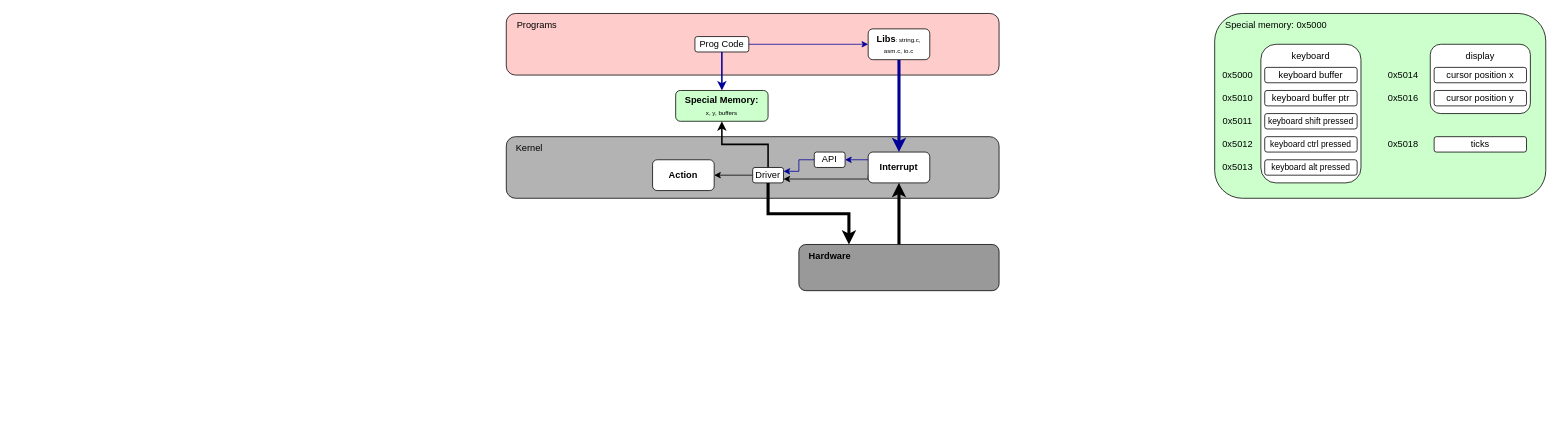
The draw.io diagram docs/os_schema.drawio in igmunv/Operation-System, before the edit. Source tidied: cells renumbered, new cells numbered last; positions are measured from the earlier drawing's top-left corner, leaving out a move shared by most shapes. Both pictures are drawn from the tidied source at 77%, with x=0, y=0 at pixel (506, 13).
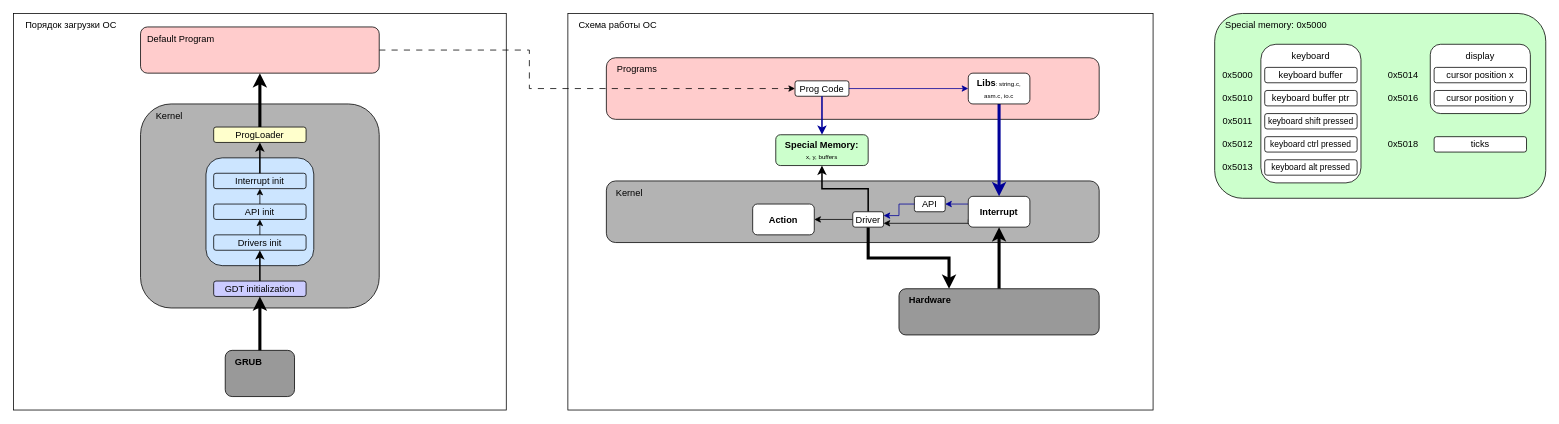
The same diagram, later.

The change refers to these unchanged cells:
```xml
<mxCell id="5" value="Prog Code" style="rounded=1;whiteSpace=wrap;html=1;align=center;fontStyle=0;" parent="2" vertex="1">
  <mxGeometry x="245" y="30" width="70" height="20" as="geometry" />
</mxCell>
```

Change to the diagram source:
```diff
@@
+    <mxCell id="51" style="rounded=0;whiteSpace=wrap;html=1;" parent="1" vertex="1">
+      <mxGeometry x="80" width="760" height="515" as="geometry" />
+    </mxCell>
+    <mxCell id="52" style="rounded=0;whiteSpace=wrap;html=1;" parent="1" vertex="1">
+      <mxGeometry x="-640" width="640" height="515" as="geometry" />
+    </mxCell>
     <mxCell id="2" style="group;" parent="1" vertex="1">
-      <mxGeometry width="640" height="80" as="geometry" />
+      <mxGeometry x="130" y="57.5" width="640" height="80" as="geometry" />
     </mxCell>
@@
     <mxCell id="6" style="group;" parent="1" vertex="1">
-      <mxGeometry y="160" width="640" height="80" as="geometry" />
+      <mxGeometry x="130" y="217.5" width="640" height="80" as="geometry" />
     </mxCell>
@@
     <mxCell id="11" style="edgeStyle=orthogonalEdgeStyle;rounded=0;jettySize=auto;html=1;exitX=0;exitY=0.75;exitDx=0;exitDy=0;entryX=1;entryY=0.75;entryDx=0;entryDy=0;" parent="1" edge="1" source="12" target="16">
       <mxGeometry relative="1" as="geometry">
         <Array as="points">
-          <mxPoint x="470" y="215" />
+          <mxPoint x="600" y="272.5" />
         </Array>
       </mxGeometry>
     </mxCell>
     <mxCell id="12" value="Interrupt" style="rounded=1;whiteSpace=wrap;html=1;fontStyle=1;" parent="1" vertex="1">
-      <mxGeometry x="470" y="180" width="80" height="40" as="geometry" />
+      <mxGeometry x="600" y="237.5" width="80" height="40" as="geometry" />
     </mxCell>
@@
     <mxCell id="16" value="Driver" style="rounded=1;whiteSpace=wrap;html=1;" parent="1" vertex="1">
-      <mxGeometry x="320" y="200" width="40" height="20" as="geometry" />
+      <mxGeometry x="450" y="257.5" width="40" height="20" as="geometry" />
     </mxCell>
     <mxCell id="17" value="Action" style="rounded=1;whiteSpace=wrap;html=1;fontStyle=1;" parent="1" vertex="1">
-      <mxGeometry x="190" y="190" width="80" height="40" as="geometry" />
+      <mxGeometry x="320" y="247.5" width="80" height="40" as="geometry" />
     </mxCell>
@@
     <mxCell id="19" value="&lt;font&gt;&lt;b&gt;Libs&lt;/b&gt;&lt;/font&gt;&lt;font style=&quot;font-size: 8px;&quot;&gt;: string.c, asm.c, io.c&lt;/font&gt;" style="rounded=1;whiteSpace=wrap;html=1;align=center;fontStyle=0;" parent="1" vertex="1">
-      <mxGeometry x="470" y="20" width="80" height="40" as="geometry" />
+      <mxGeometry x="600" y="77.5" width="80" height="40" as="geometry" />
     </mxCell>
@@
     <mxCell id="22" value="Special Memory: &lt;br&gt;&lt;font style=&quot;font-size: 8px; font-weight: normal;&quot;&gt;x, y, buffers&lt;/font&gt;" style="rounded=1;whiteSpace=wrap;html=1;fontStyle=1;align=center;fillColor=#CCFFCC;" parent="1" vertex="1">
-      <mxGeometry x="220" y="100" width="120" height="40" as="geometry" />
+      <mxGeometry x="350" y="157.5" width="120" height="40" as="geometry" />
     </mxCell>
@@
     <mxCell id="24" style="rounded=1;whiteSpace=wrap;html=1;fillColor=#999999;" parent="1" vertex="1">
-      <mxGeometry x="380" y="300" width="260" height="60" as="geometry" />
+      <mxGeometry x="510" y="357.5" width="260" height="60" as="geometry" />
     </mxCell>
     <mxCell id="25" value="Hardware" style="text;html=1;align=center;verticalAlign=middle;fontColor=#000000;fontStyle=1;" parent="1" vertex="1">
-      <mxGeometry x="380" y="300" width="80" height="30" as="geometry" />
+      <mxGeometry x="510" y="357.5" width="80" height="30" as="geometry" />
     </mxCell>
@@
+    <mxCell id="53" value="Порядок загрузки ОС" style="text;html=1;align=center;verticalAlign=middle;whiteSpace=wrap;rounded=0;" parent="1" vertex="1">
+      <mxGeometry x="-640" width="150" height="30" as="geometry" />
+    </mxCell>
+    <mxCell id="54" value="Схема работы ОС" style="text;html=1;align=center;verticalAlign=middle;whiteSpace=wrap;rounded=0;" parent="1" vertex="1">
+      <mxGeometry x="80" width="130" height="30" as="geometry" />
+    </mxCell>
+    <mxCell id="55" style="group;" parent="1" vertex="1">
+      <mxGeometry x="-365" y="437.5" width="90" height="60" as="geometry" />
+    </mxCell>
+    <mxCell id="56" style="rounded=1;whiteSpace=wrap;html=1;fillColor=#999999;" parent="55" vertex="1">
+      <mxGeometry width="90" height="60" as="geometry" />
+    </mxCell>
+    <mxCell id="57" value="GRUB" style="text;html=1;align=center;verticalAlign=middle;fontColor=#000000;fontStyle=1;" parent="55" vertex="1">
+      <mxGeometry width="60" height="30" as="geometry" />
+    </mxCell>
+    <mxCell id="58" style="rounded=1;whiteSpace=wrap;html=1;fillColor=#B3B3B3;" parent="1" vertex="1">
+      <mxGeometry x="-475" y="117.5" width="310" height="265" as="geometry" />
+    </mxCell>
+    <mxCell id="59" value="Kernel" style="text;html=1;align=center;verticalAlign=middle;whiteSpace=wrap;rounded=0;" parent="1" vertex="1">
+      <mxGeometry x="-475" y="117.5" width="75" height="30" as="geometry" />
+    </mxCell>
+    <mxCell id="60" value="GDT initialization" style="rounded=1;whiteSpace=wrap;html=1;fillColor=#CCCCFF;" parent="1" vertex="1">
+      <mxGeometry x="-380" y="347.5" width="120" height="20" as="geometry" />
+    </mxCell>
+    <mxCell id="61" style="edgeStyle=orthogonalEdgeStyle;rounded=0;jettySize=auto;html=1;exitX=0.5;exitY=0;exitDx=0;exitDy=0;entryX=0.5;entryY=1;entryDx=0;entryDy=0;strokeWidth=4;" parent="1" edge="1" source="56" target="60">
+      <mxGeometry relative="1" as="geometry" />
+    </mxCell>
+    <mxCell id="62" style="group;" parent="1" vertex="1">
+      <mxGeometry x="-390" y="247.5" width="140" height="80" as="geometry" />
+    </mxCell>
+    <mxCell id="63" style="group;" parent="62" vertex="1">
+      <mxGeometry y="-60" width="140" height="140" as="geometry" />
+    </mxCell>
+    <mxCell id="64" style="rounded=1;whiteSpace=wrap;html=1;fillColor=#CCE5FF;" parent="63" vertex="1">
+      <mxGeometry width="140" height="140" as="geometry" />
+    </mxCell>
+    <mxCell id="65" value="Drivers init" style="rounded=1;whiteSpace=wrap;html=1;fillColor=#CCE5FF;" parent="63" vertex="1">
+      <mxGeometry x="10" y="100" width="120" height="20" as="geometry" />
+    </mxCell>
+    <mxCell id="66" style="edgeStyle=orthogonalEdgeStyle;rounded=0;jettySize=auto;html=1;exitX=0.5;exitY=0;exitDx=0;exitDy=0;entryX=0.5;entryY=1;entryDx=0;entryDy=0;" parent="63" edge="1" source="67" target="68">
+      <mxGeometry relative="1" as="geometry" />
+    </mxCell>
+    <mxCell id="67" value="API init" style="rounded=1;whiteSpace=wrap;html=1;fillColor=#CCE5FF;" parent="63" vertex="1">
+      <mxGeometry x="10" y="60" width="120" height="20" as="geometry" />
+    </mxCell>
+    <mxCell id="68" value="Interrupt init" style="rounded=1;whiteSpace=wrap;html=1;fillColor=#CCE5FF;" parent="63" vertex="1">
+      <mxGeometry x="10" y="20" width="120" height="20" as="geometry" />
+    </mxCell>
+    <mxCell id="69" style="edgeStyle=orthogonalEdgeStyle;rounded=0;jettySize=auto;html=1;exitX=0.5;exitY=0;exitDx=0;exitDy=0;entryX=0.5;entryY=1;entryDx=0;entryDy=0;" parent="63" edge="1" source="65" target="67">
+      <mxGeometry relative="1" as="geometry" />
+    </mxCell>
+    <mxCell id="70" style="edgeStyle=orthogonalEdgeStyle;rounded=0;jettySize=auto;html=1;exitX=0.5;exitY=0;exitDx=0;exitDy=0;entryX=0.5;entryY=1;entryDx=0;entryDy=0;strokeWidth=2;" parent="1" edge="1" source="60" target="65">
+      <mxGeometry relative="1" as="geometry" />
+    </mxCell>
+    <mxCell id="71" style="edgeStyle=orthogonalEdgeStyle;rounded=0;jettySize=auto;html=1;exitX=0.5;exitY=0;exitDx=0;exitDy=0;entryX=0.5;entryY=1;entryDx=0;entryDy=0;strokeWidth=4;" parent="1" edge="1" source="72" target="75">
+      <mxGeometry relative="1" as="geometry" />
+    </mxCell>
+    <mxCell id="72" value="ProgLoader" style="rounded=1;whiteSpace=wrap;html=1;fillColor=#FFFFCC;" parent="1" vertex="1">
+      <mxGeometry x="-380" y="147.5" width="120" height="20" as="geometry" />
+    </mxCell>
+    <mxCell id="73" style="edgeStyle=orthogonalEdgeStyle;rounded=0;jettySize=auto;html=1;exitX=0.5;exitY=0;exitDx=0;exitDy=0;entryX=0.5;entryY=1;entryDx=0;entryDy=0;strokeWidth=2;" parent="1" edge="1" source="68" target="72">
+      <mxGeometry relative="1" as="geometry" />
+    </mxCell>
+    <mxCell id="74" style="edgeStyle=orthogonalEdgeStyle;rounded=0;jettySize=auto;html=1;exitX=1;exitY=0.5;exitDx=0;exitDy=0;entryX=0;entryY=0.5;entryDx=0;entryDy=0;dashed=1;dashPattern=8 8;" parent="1" edge="1" source="75" target="5">
+      <mxGeometry relative="1" as="geometry">
+        <Array as="points">
+          <mxPoint x="30" y="47.5" />
+          <mxPoint x="30" y="97.5" />
+        </Array>
+      </mxGeometry>
+    </mxCell>
+    <mxCell id="75" style="rounded=1;whiteSpace=wrap;html=1;fillColor=#FFCCCC;" parent="1" vertex="1">
+      <mxGeometry x="-475" y="17.5" width="310" height="60" as="geometry" />
+    </mxCell>
+    <mxCell id="76" value="Default Program" style="text;html=1;align=center;verticalAlign=middle;whiteSpace=wrap;rounded=0;" parent="1" vertex="1">
+      <mxGeometry x="-475" y="17.5" width="105" height="30" as="geometry" />
+    </mxCell>
```
